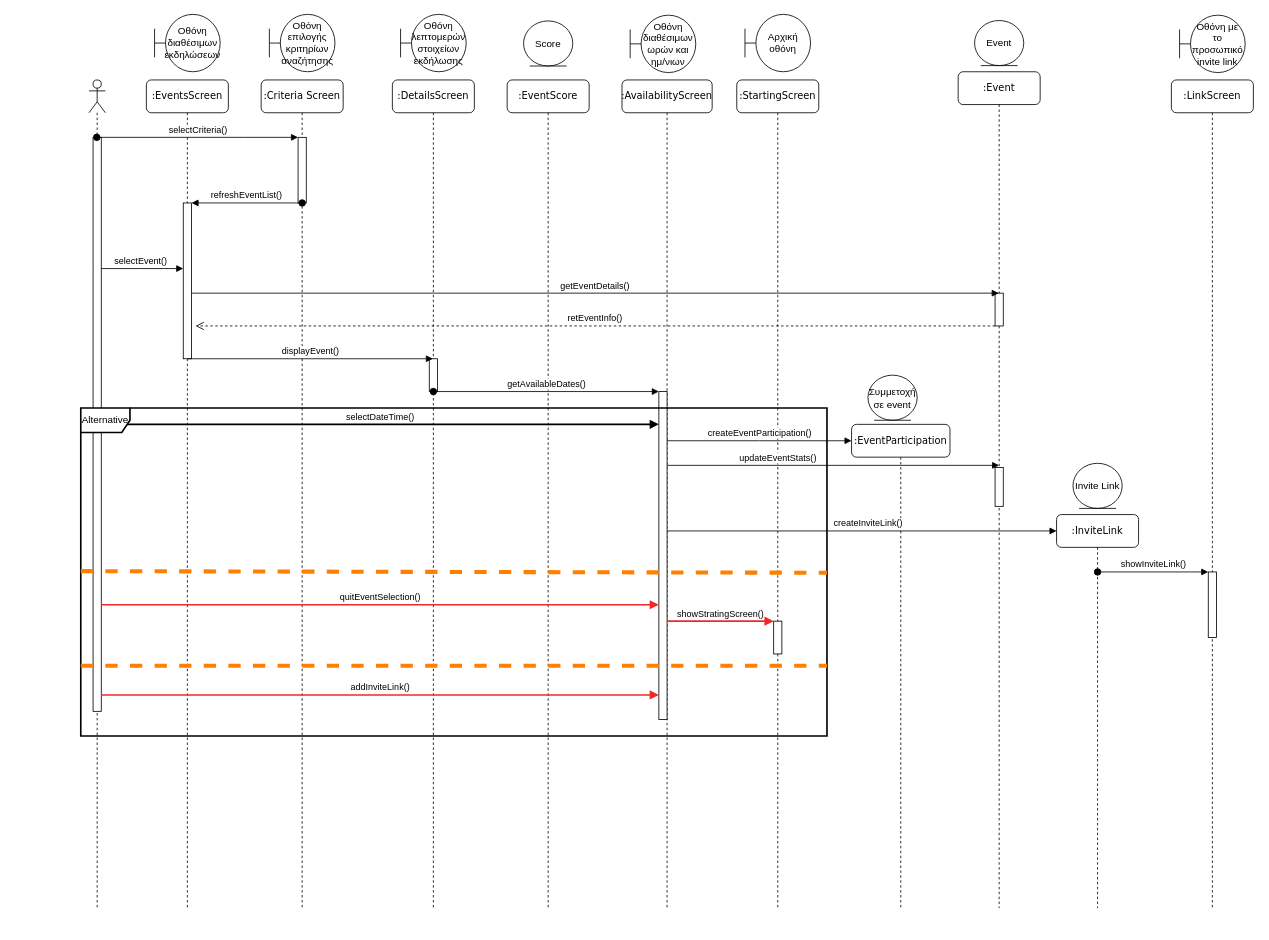
sfikastheo/CEID-SoftwareEngineering-2023 keeps this draw.io diagram as Phase-4/TempFiles/Diagrams/join-event-sequence.drawio. Above is the earlier version. Source tidied: cells renumbered, new cells numbered last; positions are measured from the earlier drawing's top-left corner, leaving out a move shared by most shapes. Both pictures are drawn from the tidied source at 82%, with x=0, y=0 at pixel (80, 14).
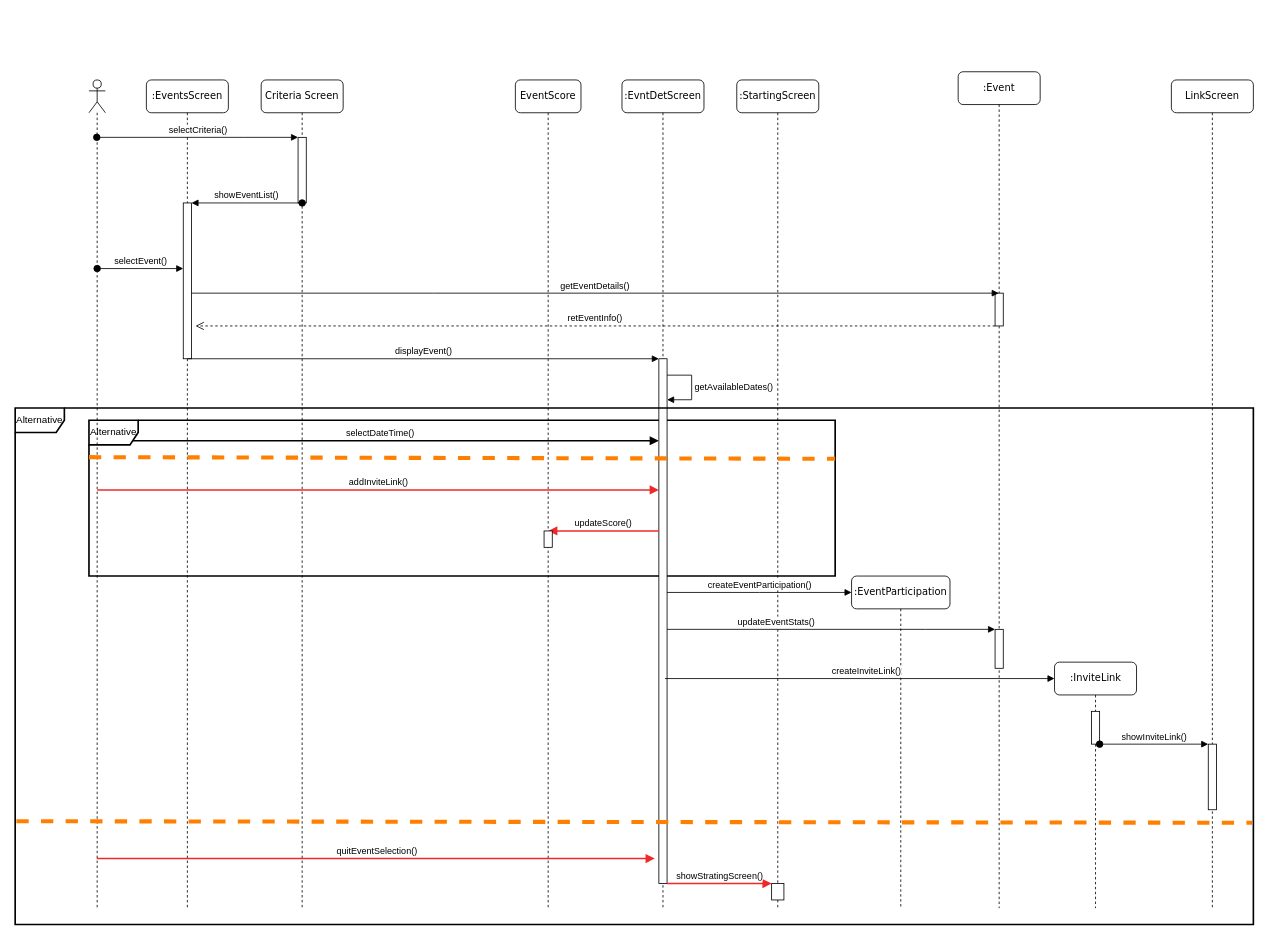
Above is the later version.

Commit message (it also covers changes not shown here):
Updated RD, SD and UC for Join Event use case

Unchanged cells that the change refers to:
```xml
<mxCell id="10" value=":StartingScreen" style="shape=umlLifeline;perimeter=lifelinePerimeter;whiteSpace=wrap;html=1;rounded=1;shadow=0;comic=0;labelBackgroundColor=none;strokeWidth=1;fontFamily=Verdana;fontSize=12;align=center;" parent="1" vertex="1">
  <mxGeometry x="800" y="80" width="100" height="1010" as="geometry" />
</mxCell>
<mxCell id="13" value=":EventsScreen" style="shape=umlLifeline;perimeter=lifelinePerimeter;whiteSpace=wrap;html=1;rounded=1;shadow=0;comic=0;labelBackgroundColor=none;strokeWidth=1;fontFamily=Verdana;fontSize=12;align=center;" parent="1" vertex="1">
  <mxGeometry x="80" y="80" width="100" height="1010" as="geometry" />
</mxCell>
<mxCell id="17" style="shape=umlLifeline;perimeter=lifelinePerimeter;whiteSpace=wrap;html=1;outlineConnect=0;portConstraint=eastwest;newEdgeStyle={&quot;edgeStyle&quot;:&quot;elbowEdgeStyle&quot;,&quot;elbow&quot;:&quot;vertical&quot;,&quot;curved&quot;:0,&quot;rounded&quot;:0};participant=umlActor;" parent="1" vertex="1">
  <mxGeometry x="10" y="80" width="20" height="1010" as="geometry" />
</mxCell>
<mxCell id="29" value=":Event" style="shape=umlLifeline;perimeter=lifelinePerimeter;whiteSpace=wrap;html=1;outlineConnect=0;rounded=1;shadow=0;comic=0;labelBackgroundColor=none;strokeWidth=1;fontFamily=Verdana;fontSize=12;align=center;" parent="1" vertex="1">
  <mxGeometry x="1070" y="70" width="100" height="1020" as="geometry" />
</mxCell>
```

Diff of the diagram source:
```diff
@@
+    <mxCell id="38" value="selectDateTime()" style="html=1;verticalAlign=bottom;endArrow=block;edgeStyle=elbowEdgeStyle;elbow=vertical;curved=0;rounded=0;strokeWidth=2;" parent="1" edge="1" target="8">
+      <mxGeometry relative="1" as="geometry">
+        <mxPoint x="25" y="520" as="sourcePoint" />
+        <Array as="points">
+          <mxPoint x="440" y="520" />
+          <mxPoint x="590" y="500" />
+          <mxPoint x="510" y="510" />
+        </Array>
+      </mxGeometry>
+    </mxCell>
-    <mxCell id="2" value=":Criteria Screen" style="shape=umlLifeline;perimeter=lifelinePerimeter;whiteSpace=wrap;html=1;rounded=1;shadow=0;comic=0;labelBackgroundColor=none;strokeWidth=1;fontFamily=Verdana;fontSize=12;align=center;" parent="1" vertex="1">
+    <mxCell id="2" value="Criteria Screen" style="shape=umlLifeline;perimeter=lifelinePerimeter;whiteSpace=wrap;html=1;rounded=1;shadow=0;comic=0;labelBackgroundColor=none;strokeWidth=1;fontFamily=Verdana;fontSize=12;align=center;" parent="1" vertex="1">
       <mxGeometry x="220" y="80" width="100" height="1010" as="geometry" />
     </mxCell>
@@
-    <mxCell id="4" value=":DetailsScreen" style="shape=umlLifeline;perimeter=lifelinePerimeter;whiteSpace=wrap;html=1;outlineConnect=0;rounded=1;shadow=0;comic=0;labelBackgroundColor=none;strokeWidth=1;fontFamily=Verdana;fontSize=12;align=center;" parent="1" vertex="1">
-      <mxGeometry x="380" y="80" width="100" height="1010" as="geometry" />
-    </mxCell>
-    <mxCell id="5" style="html=1;perimeter=orthogonalPerimeter;targetShapes=umlLifeline;newEdgeStyle={&quot;edgeStyle&quot;:&quot;elbowEdgeStyle&quot;,&quot;elbow&quot;:&quot;vertical&quot;,&quot;curved&quot;:0,&quot;rounded&quot;:0};" parent="4" vertex="1">
-      <mxGeometry x="45" y="340" width="10" height="40" as="geometry" />
-    </mxCell>
-    <mxCell id="6" value=":EventScore" style="shape=umlLifeline;perimeter=lifelinePerimeter;whiteSpace=wrap;html=1;rounded=1;shadow=0;comic=0;labelBackgroundColor=none;strokeWidth=1;fontFamily=Verdana;fontSize=12;align=center;" parent="1" vertex="1">
-      <mxGeometry x="520" y="80" width="100" height="1010" as="geometry" />
+    <mxCell id="6" value="EventScore" style="shape=umlLifeline;perimeter=lifelinePerimeter;whiteSpace=wrap;html=1;rounded=1;shadow=0;comic=0;labelBackgroundColor=none;strokeWidth=1;fontFamily=Verdana;fontSize=12;align=center;" parent="1" vertex="1">
+      <mxGeometry x="530" y="80" width="80" height="1010" as="geometry" />
     </mxCell>
+    <mxCell id="40" value="Alternative" style="shape=umlFrame;whiteSpace=wrap;html=1;strokeWidth=2;" parent="6" vertex="1">
+      <mxGeometry x="-520" y="415" width="910" height="190" as="geometry" />
+    </mxCell>
-    <mxCell id="7" value=":AvailabilityScreen" style="shape=umlLifeline;perimeter=lifelinePerimeter;whiteSpace=wrap;html=1;rounded=1;shadow=0;comic=0;labelBackgroundColor=none;strokeWidth=1;fontFamily=Verdana;fontSize=12;align=center;" parent="1" vertex="1">
-      <mxGeometry x="660" y="80" width="110" height="1010" as="geometry" />
+    <mxCell id="7" value=":EvntDetScreen" style="shape=umlLifeline;perimeter=lifelinePerimeter;whiteSpace=wrap;html=1;rounded=1;shadow=0;comic=0;labelBackgroundColor=none;strokeWidth=1;fontFamily=Verdana;fontSize=12;align=center;" parent="1" vertex="1">
+      <mxGeometry x="660" y="80" width="100" height="1010" as="geometry" />
     </mxCell>
     <mxCell id="8" style="html=1;points=[];perimeter=orthogonalPerimeter;outlineConnect=0;targetShapes=umlLifeline;portConstraint=eastwest;newEdgeStyle={&quot;edgeStyle&quot;:&quot;elbowEdgeStyle&quot;,&quot;elbow&quot;:&quot;vertical&quot;,&quot;curved&quot;:0,&quot;rounded&quot;:0};" parent="7" vertex="1">
-      <mxGeometry x="45" y="380" width="10" height="400" as="geometry" />
+      <mxGeometry x="45" y="340" width="10" height="640" as="geometry" />
     </mxCell>
-    <mxCell id="9" value="getAvailableDates()" style="html=1;verticalAlign=bottom;startArrow=oval;endArrow=block;startSize=8;edgeStyle=elbowEdgeStyle;elbow=vertical;curved=0;rounded=0;" parent="7" edge="1" target="8">
+    <mxCell id="9" value="getAvailableDates()" style="html=1;align=left;spacingLeft=2;endArrow=block;rounded=0;edgeStyle=orthogonalEdgeStyle;curved=0;rounded=0;" parent="7" edge="1">
       <mxGeometry relative="1" as="geometry">
-        <mxPoint x="-230" y="380" as="sourcePoint" />
+        <mxPoint x="55" y="360" as="sourcePoint" />
+        <mxPoint x="55" y="390" as="targetPoint" />
+        <Array as="points">
+          <mxPoint x="85" y="360" />
+          <mxPoint x="85" y="390" />
+        </Array>
       </mxGeometry>
     </mxCell>
@@
     <mxCell id="11" style="html=1;points=[];perimeter=orthogonalPerimeter;outlineConnect=0;targetShapes=umlLifeline;portConstraint=eastwest;newEdgeStyle={&quot;edgeStyle&quot;:&quot;elbowEdgeStyle&quot;,&quot;elbow&quot;:&quot;vertical&quot;,&quot;curved&quot;:0,&quot;rounded&quot;:0};" parent="10" vertex="1">
-      <mxGeometry x="45" y="660" width="10" height="40" as="geometry" />
+      <mxGeometry x="42.5" y="980" width="15" height="20" as="geometry" />
     </mxCell>
     <mxCell id="12" value=":EventParticipation" style="shape=umlLifeline;perimeter=lifelinePerimeter;whiteSpace=wrap;html=1;rounded=1;shadow=0;comic=0;labelBackgroundColor=none;strokeWidth=1;fontFamily=Verdana;fontSize=12;align=center;" parent="1" vertex="1">
-      <mxGeometry x="940" y="500" width="120" height="590" as="geometry" />
+      <mxGeometry x="940" y="685" width="120" height="405" as="geometry" />
     </mxCell>
@@
-    <mxCell id="16" value="displayEvent()" style="html=1;verticalAlign=bottom;endArrow=block;edgeStyle=elbowEdgeStyle;elbow=vertical;curved=0;rounded=0;" parent="13" edge="1" target="4">
+    <mxCell id="16" value="displayEvent()" style="html=1;verticalAlign=bottom;endArrow=block;edgeStyle=elbowEdgeStyle;elbow=vertical;curved=0;rounded=0;" parent="13" edge="1" target="8">
       <mxGeometry relative="1" as="geometry">
         <mxPoint x="50" y="340" as="sourcePoint" />
       </mxGeometry>
     </mxCell>
@@
-    <mxCell id="18" style="html=1;points=[];perimeter=orthogonalPerimeter;outlineConnect=0;targetShapes=umlLifeline;portConstraint=eastwest;newEdgeStyle={&quot;edgeStyle&quot;:&quot;elbowEdgeStyle&quot;,&quot;elbow&quot;:&quot;vertical&quot;,&quot;curved&quot;:0,&quot;rounded&quot;:0};" parent="17" vertex="1">
-      <mxGeometry x="5" y="70" width="10" height="700" as="geometry" />
-    </mxCell>
-    <mxCell id="19" value="&lt;div&gt;Οθόνη διαθέσιμων&lt;/div&gt;&lt;div&gt;εκδηλώσεων&lt;br&gt;&lt;/div&gt;" style="shape=umlBoundary;whiteSpace=wrap;html=1;" parent="1" vertex="1">
-      <mxGeometry x="90" width="80" height="70" as="geometry" />
-    </mxCell>
-    <mxCell id="20" value="Οθόνη επιλογής κριτηρίων αναζήτησης" style="shape=umlBoundary;whiteSpace=wrap;html=1;" parent="1" vertex="1">
-      <mxGeometry x="230" width="80" height="70" as="geometry" />
-    </mxCell>
-    <mxCell id="21" value="&lt;div&gt;Οθόνη λεπτομερών&lt;/div&gt;&lt;div&gt;στοιχείων εκδήλωσης&lt;br&gt;&lt;/div&gt;" style="shape=umlBoundary;whiteSpace=wrap;html=1;" parent="1" vertex="1">
-      <mxGeometry x="390" width="80" height="70" as="geometry" />
-    </mxCell>
-    <mxCell id="22" value="Score" style="ellipse;shape=umlEntity;whiteSpace=wrap;html=1;" parent="1" vertex="1">
-      <mxGeometry x="540" y="8" width="60" height="55" as="geometry" />
-    </mxCell>
-    <mxCell id="23" value="&lt;div&gt;Οθόνη διαθέσιμων ωρών και&lt;/div&gt;&lt;div&gt;ημ/νιων&lt;br&gt;&lt;/div&gt;" style="shape=umlBoundary;whiteSpace=wrap;html=1;" parent="1" vertex="1">
-      <mxGeometry x="670" y="1" width="80" height="70" as="geometry" />
-    </mxCell>
-    <mxCell id="24" value="Αρχική οθόνη" style="shape=umlBoundary;whiteSpace=wrap;html=1;" parent="1" vertex="1">
-      <mxGeometry x="810" width="80" height="70" as="geometry" />
-    </mxCell>
-    <mxCell id="25" value="Συμμετοχή σε event" style="ellipse;shape=umlEntity;whiteSpace=wrap;html=1;" parent="1" vertex="1">
-      <mxGeometry x="960" y="440" width="60" height="55" as="geometry" />
-    </mxCell>
-    <mxCell id="26" value="Event" style="ellipse;shape=umlEntity;whiteSpace=wrap;html=1;" parent="1" vertex="1">
-      <mxGeometry x="1090" y="7.5" width="60" height="55" as="geometry" />
-    </mxCell>
-    <mxCell id="27" value="Invite Link" style="ellipse;shape=umlEntity;whiteSpace=wrap;html=1;" parent="1" vertex="1">
-      <mxGeometry x="1210" y="547.5" width="60" height="55" as="geometry" />
-    </mxCell>
-    <mxCell id="28" value="Οθόνη με το προσωπικό invite link" style="shape=umlBoundary;whiteSpace=wrap;html=1;" parent="1" vertex="1">
-      <mxGeometry x="1340" y="1" width="80" height="70" as="geometry" />
-    </mxCell>
@@
     <mxCell id="30" style="html=1;points=[];perimeter=orthogonalPerimeter;outlineConnect=0;targetShapes=umlLifeline;portConstraint=eastwest;newEdgeStyle={&quot;edgeStyle&quot;:&quot;elbowEdgeStyle&quot;,&quot;elbow&quot;:&quot;vertical&quot;,&quot;curved&quot;:0,&quot;rounded&quot;:0};" parent="29" vertex="1">
-      <mxGeometry x="45" y="482.5" width="10" height="47.5" as="geometry" />
+      <mxGeometry x="45" y="680" width="10" height="47.5" as="geometry" />
     </mxCell>
@@
-    <mxCell id="32" value="createInviteLink()" style="html=1;verticalAlign=bottom;endArrow=block;edgeStyle=elbowEdgeStyle;elbow=vertical;curved=0;rounded=0;" parent="29" edge="1" source="8">
+    <mxCell id="32" value="createInviteLink()" style="html=1;verticalAlign=bottom;endArrow=block;edgeStyle=elbowEdgeStyle;elbow=vertical;curved=0;rounded=0;" parent="29" edge="1">
       <mxGeometry x="0.03" relative="1" as="geometry">
-        <mxPoint x="120" y="560.1" as="targetPoint" />
+        <mxPoint x="-357.5" y="740" as="sourcePoint" />
+        <mxPoint x="117.5" y="740.1" as="targetPoint" />
       </mxGeometry>
     </mxCell>
     <mxCell id="33" value=":InviteLink" style="shape=umlLifeline;perimeter=lifelinePerimeter;whiteSpace=wrap;html=1;rounded=1;shadow=0;comic=0;labelBackgroundColor=none;strokeWidth=1;fontFamily=Verdana;fontSize=12;align=center;" parent="1" vertex="1">
-      <mxGeometry x="1190" y="610" width="100" height="480" as="geometry" />
+      <mxGeometry x="1187.5" y="790" width="100" height="300" as="geometry" />
     </mxCell>
+    <mxCell id="50" style="html=1;points=[];perimeter=orthogonalPerimeter;outlineConnect=0;targetShapes=umlLifeline;portConstraint=eastwest;newEdgeStyle={&quot;edgeStyle&quot;:&quot;elbowEdgeStyle&quot;,&quot;elbow&quot;:&quot;vertical&quot;,&quot;curved&quot;:0,&quot;rounded&quot;:0};" parent="33" vertex="1">
+      <mxGeometry x="45" y="60" width="10" height="40" as="geometry" />
+    </mxCell>
-    <mxCell id="34" value=":LinkScreen" style="shape=umlLifeline;perimeter=lifelinePerimeter;whiteSpace=wrap;html=1;rounded=1;shadow=0;comic=0;labelBackgroundColor=none;strokeWidth=1;fontFamily=Verdana;fontSize=12;align=center;" parent="1" vertex="1">
+    <mxCell id="34" value="LinkScreen" style="shape=umlLifeline;perimeter=lifelinePerimeter;whiteSpace=wrap;html=1;rounded=1;shadow=0;comic=0;labelBackgroundColor=none;strokeWidth=1;fontFamily=Verdana;fontSize=12;align=center;" parent="1" vertex="1">
       <mxGeometry x="1330" y="80" width="100" height="1010" as="geometry" />
     </mxCell>
     <mxCell id="35" style="html=1;points=[];perimeter=orthogonalPerimeter;outlineConnect=0;targetShapes=umlLifeline;portConstraint=eastwest;newEdgeStyle={&quot;edgeStyle&quot;:&quot;elbowEdgeStyle&quot;,&quot;elbow&quot;:&quot;vertical&quot;,&quot;curved&quot;:0,&quot;rounded&quot;:0};" parent="34" vertex="1">
-      <mxGeometry x="45" y="600" width="10" height="80" as="geometry" />
+      <mxGeometry x="45" y="810" width="10" height="80" as="geometry" />
     </mxCell>
@@
-    <mxCell id="37" value="refreshEventList()" style="html=1;verticalAlign=bottom;startArrow=oval;endArrow=block;startSize=8;edgeStyle=elbowEdgeStyle;elbow=vertical;curved=0;rounded=0;" parent="1" edge="1">
+    <mxCell id="37" value="showEventList()" style="html=1;verticalAlign=bottom;startArrow=oval;endArrow=block;startSize=8;edgeStyle=elbowEdgeStyle;elbow=vertical;curved=0;rounded=0;" parent="1" edge="1">
       <mxGeometry relative="1" as="geometry">
         <mxPoint x="270" y="230" as="sourcePoint" />
         <mxPoint x="135" y="230" as="targetPoint" />
       </mxGeometry>
     </mxCell>
-    <mxCell id="38" value="selectDateTime()" style="html=1;verticalAlign=bottom;endArrow=block;edgeStyle=elbowEdgeStyle;elbow=vertical;curved=0;rounded=0;strokeWidth=2;" parent="1" edge="1" source="18" target="8">
-      <mxGeometry relative="1" as="geometry">
-        <Array as="points">
-          <mxPoint x="590" y="500" />
-          <mxPoint x="510" y="510" />
-        </Array>
-      </mxGeometry>
-    </mxCell>
-    <mxCell id="39" value="quitEventSelection()" style="html=1;verticalAlign=bottom;endArrow=block;edgeStyle=elbowEdgeStyle;elbow=vertical;curved=0;rounded=0;strokeColor=#ef2929;strokeWidth=2;" parent="1" edge="1" source="18" target="8">
+    <mxCell id="39" value="quitEventSelection()" style="html=1;verticalAlign=bottom;endArrow=block;edgeStyle=elbowEdgeStyle;elbow=vertical;curved=0;rounded=0;strokeColor=#ef2929;strokeWidth=2;" parent="1" edge="1" source="17">
       <mxGeometry relative="1" as="geometry">
+        <mxPoint x="700" y="1030" as="targetPoint" />
         <Array as="points">
-          <mxPoint x="650" y="720" />
-          <mxPoint x="560" y="620" />
-          <mxPoint x="470" y="590" />
-          <mxPoint x="630" y="560" />
+          <mxPoint x="470" y="1029.5" />
+          <mxPoint x="460" y="1049.5" />
+          <mxPoint x="660" y="1169.5" />
+          <mxPoint x="570" y="1069.5" />
+          <mxPoint x="480" y="1039.5" />
+          <mxPoint x="640" y="1009.5" />
         </Array>
       </mxGeometry>
     </mxCell>
-    <mxCell id="40" value="Alternative" style="shape=umlFrame;whiteSpace=wrap;html=1;strokeWidth=2;" parent="1" vertex="1">
-      <mxGeometry y="480" width="910" height="400" as="geometry" />
-    </mxCell>
-    <mxCell id="41" value="addInviteLink()" style="html=1;verticalAlign=bottom;endArrow=block;edgeStyle=elbowEdgeStyle;elbow=vertical;curved=0;rounded=0;strokeWidth=2;strokeColor=#ef2929;" parent="1" edge="1" source="18" target="8">
+    <mxCell id="41" value="addInviteLink()" style="html=1;verticalAlign=bottom;endArrow=block;edgeStyle=elbowEdgeStyle;elbow=vertical;curved=0;rounded=0;strokeWidth=2;strokeColor=#ef2929;" parent="1" edge="1" target="8">
       <mxGeometry relative="1" as="geometry">
+        <mxPoint x="20" y="580" as="sourcePoint" />
         <Array as="points">
+          <mxPoint x="440" y="580" />
+          <mxPoint x="490" y="720" />
           <mxPoint x="650" y="830" />
           <mxPoint x="430" y="810" />
           <mxPoint x="560" y="760" />
           <mxPoint x="490" y="730" />
           <mxPoint x="440" y="700" />
           <mxPoint x="490" y="660" />
         </Array>
       </mxGeometry>
     </mxCell>
-    <mxCell id="42" value="showStratingScreen()" style="html=1;verticalAlign=bottom;endArrow=block;edgeStyle=elbowEdgeStyle;elbow=vertical;curved=0;rounded=0;strokeWidth=2;strokeColor=#ef2929;" parent="1" edge="1" source="8" target="11">
+    <mxCell id="42" value="showStratingScreen()" style="html=1;verticalAlign=bottom;endArrow=block;edgeStyle=elbowEdgeStyle;elbow=vertical;curved=0;rounded=0;strokeWidth=2;strokeColor=#ef2929;" parent="1" edge="1" target="11">
       <mxGeometry relative="1" as="geometry">
+        <mxPoint x="715" y="1060" as="sourcePoint" />
         <Array as="points">
-          <mxPoint x="770" y="740" />
-          <mxPoint x="740" y="660" />
-          <mxPoint x="740" y="650" />
-          <mxPoint x="820" y="620" />
+          <mxPoint x="810" y="1060" />
+          <mxPoint x="750" y="1060" />
+          <mxPoint x="740" y="1120" />
+          <mxPoint x="740" y="1110" />
+          <mxPoint x="820" y="1080" />
         </Array>
       </mxGeometry>
     </mxCell>
-    <mxCell id="43" value="createEventParticipation()" style="html=1;verticalAlign=bottom;endArrow=block;edgeStyle=elbowEdgeStyle;elbow=vertical;curved=0;rounded=0;" parent="1" edge="1" source="8">
+    <mxCell id="43" value="createEventParticipation()" style="html=1;verticalAlign=bottom;endArrow=block;edgeStyle=elbowEdgeStyle;elbow=vertical;curved=0;rounded=0;" parent="1" edge="1">
       <mxGeometry relative="1" as="geometry">
-        <mxPoint x="940" y="520" as="targetPoint" />
+        <mxPoint x="715" y="705" as="sourcePoint" />
+        <mxPoint x="940" y="705" as="targetPoint" />
       </mxGeometry>
     </mxCell>
-    <mxCell id="44" value="updateEventStats()" style="html=1;verticalAlign=bottom;endArrow=block;edgeStyle=elbowEdgeStyle;elbow=vertical;curved=0;rounded=0;" parent="1" edge="1" source="8">
+    <mxCell id="44" value="updateEventStats()" style="html=1;verticalAlign=bottom;endArrow=block;edgeStyle=elbowEdgeStyle;elbow=vertical;curved=0;rounded=0;" parent="1" edge="1" source="8" target="30">
       <mxGeometry x="-0.33" relative="1" as="geometry">
-        <mxPoint x="1120" y="550" as="targetPoint" />
+        <Array as="points">
+          <mxPoint x="1030" y="750" />
+        </Array>
         <mxPoint x="-1" as="offset" />
       </mxGeometry>
     </mxCell>
@@
-    <mxCell id="47" style="endArrow=none;dashed=1;html=1;rounded=0;strokeColor=#ff8000;strokeWidth=5;" parent="1" edge="1">
-      <mxGeometry relative="1" as="geometry">
-        <mxPoint y="794.4" as="sourcePoint" />
-        <mxPoint x="910" y="794.4" as="targetPoint" />
-      </mxGeometry>
-    </mxCell>
     <mxCell id="48" style="endArrow=none;dashed=1;html=1;rounded=0;strokeColor=#ff8000;strokeWidth=5;" parent="1" edge="1">
       <mxGeometry relative="1" as="geometry">
-        <mxPoint y="679" as="sourcePoint" />
-        <mxPoint x="910" y="681" as="targetPoint" />
+        <mxPoint x="10" y="540" as="sourcePoint" />
+        <mxPoint x="920" y="542" as="targetPoint" />
       </mxGeometry>
     </mxCell>
-    <mxCell id="49" value="showInviteLink()" style="html=1;verticalAlign=bottom;startArrow=oval;endArrow=block;startSize=8;edgeStyle=elbowEdgeStyle;elbow=vertical;curved=0;rounded=0;" parent="1" edge="1" target="35">
+    <mxCell id="49" value="showInviteLink()" style="html=1;verticalAlign=bottom;startArrow=oval;endArrow=block;startSize=8;edgeStyle=elbowEdgeStyle;elbow=vertical;curved=0;rounded=0;" parent="1" edge="1" source="50" target="35">
       <mxGeometry relative="1" as="geometry">
-        <mxPoint x="1240" y="680" as="sourcePoint" />
+        <Array as="points">
+          <mxPoint x="1310" y="890" />
+        </Array>
       </mxGeometry>
     </mxCell>
+    <mxCell id="51" value="updateScore()" style="html=1;verticalAlign=bottom;endArrow=block;edgeStyle=elbowEdgeStyle;elbow=vertical;curved=0;rounded=0;strokeColor=#ef2929;strokeWidth=2;" parent="1" edge="1" source="8">
+      <mxGeometry relative="1" as="geometry">
+        <mxPoint x="570" y="630" as="targetPoint" />
+        <Array as="points">
+          <mxPoint x="680" y="630" />
+          <mxPoint x="650" y="850" />
+        </Array>
+      </mxGeometry>
+    </mxCell>
+    <mxCell id="52" style="html=1;perimeter=orthogonalPerimeter;targetShapes=umlLifeline;newEdgeStyle={&quot;edgeStyle&quot;:&quot;elbowEdgeStyle&quot;,&quot;elbow&quot;:&quot;vertical&quot;,&quot;curved&quot;:0,&quot;rounded&quot;:0};" parent="1" vertex="1">
+      <mxGeometry x="565" y="630" width="10" height="20" as="geometry" />
+    </mxCell>
+    <mxCell id="53" value="Alternative" style="shape=umlFrame;whiteSpace=wrap;html=1;strokeWidth=2;" parent="1" vertex="1">
+      <mxGeometry x="-80" y="480" width="1510" height="630" as="geometry" />
+    </mxCell>
+    <mxCell id="54" style="endArrow=none;dashed=1;html=1;rounded=0;strokeColor=#ff8000;strokeWidth=5;entryX=0.999;entryY=0.803;entryDx=0;entryDy=0;entryPerimeter=0;exitX=0.001;exitY=0.8;exitDx=0;exitDy=0;exitPerimeter=0;" parent="1" edge="1" source="53" target="53">
+      <mxGeometry relative="1" as="geometry" />
+    </mxCell>
```
